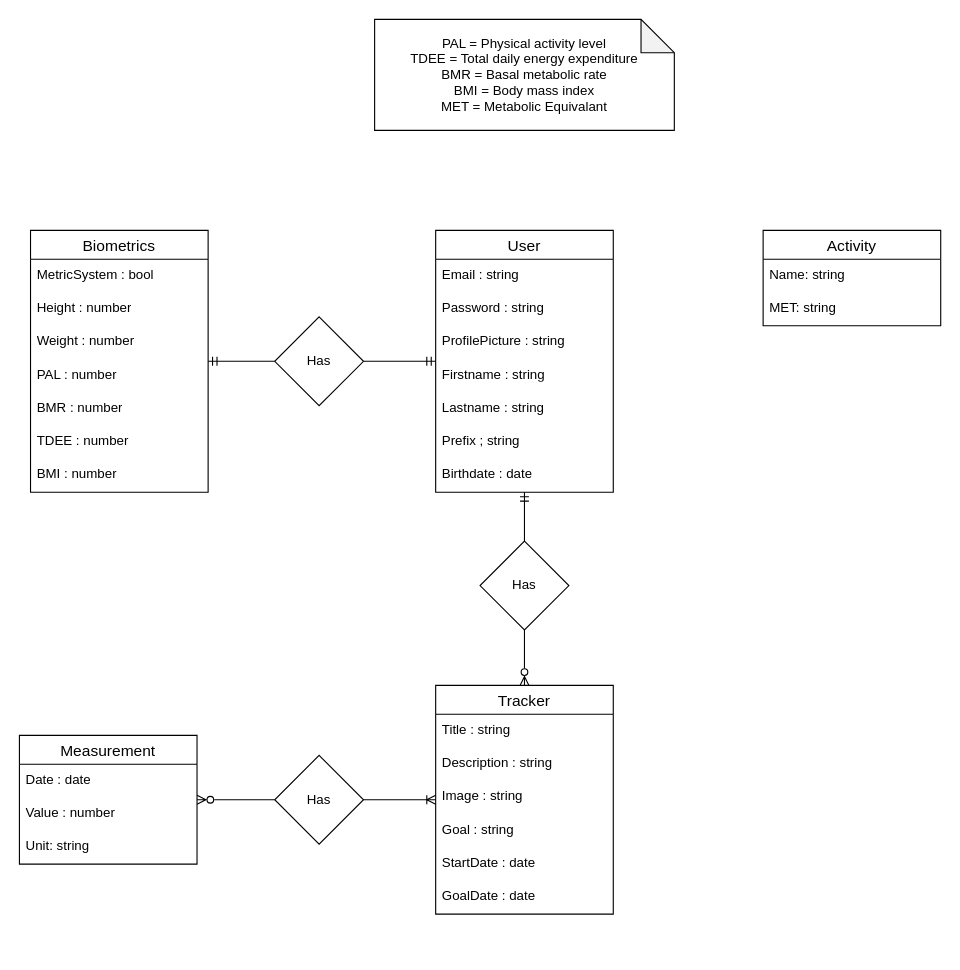
Earlier version of the draw.io diagram diagrams/erd.drawio (QuincyvanDeursen/weight-journal-app). Source tidied: cells renumbered, new cells numbered last; positions are measured from the earlier drawing's top-left corner, leaving out a move shared by most shapes. Both pictures are drawn from the tidied source at 111%, with x=0, y=0 at pixel (19, 19).
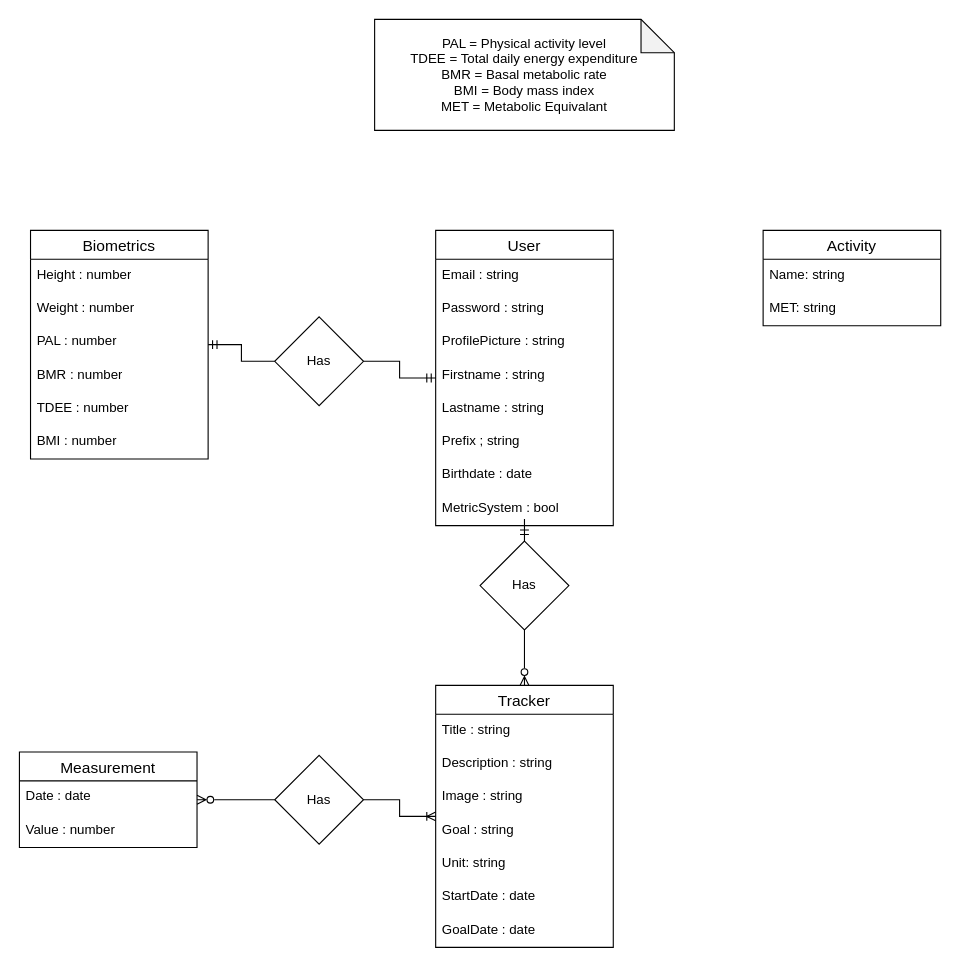
The same page after the edit.

Change to the diagram source:
```diff
@@
     <mxCell id="4" value="User" style="swimlane;fontStyle=0;horizontal=1;startSize=26;align=center;fontSize=14;" parent="1" vertex="1">
-      <mxGeometry x="375" y="190" width="160" height="236" as="geometry" />
+      <mxGeometry x="375" y="190" width="160" height="266" as="geometry" />
     </mxCell>
@@
+    <mxCell id="13" value="MetricSystem : bool" style="text;strokeColor=none;fillColor=none;spacingLeft=4;spacingRight=4;overflow=hidden;fontSize=12;whiteSpace=wrap;html=1;" parent="4" vertex="1">
+      <mxGeometry y="236" width="160" height="30" as="geometry" />
+    </mxCell>
     <mxCell id="12" value="Biometrics" style="swimlane;fontStyle=0;horizontal=1;startSize=26;align=center;fontSize=14;" parent="1" vertex="1">
-      <mxGeometry x="10" y="190" width="160" height="236" as="geometry" />
+      <mxGeometry x="10" y="190" width="160" height="206" as="geometry" />
     </mxCell>
-    <mxCell id="13" value="MetricSystem : bool" style="text;strokeColor=none;fillColor=none;spacingLeft=4;spacingRight=4;overflow=hidden;fontSize=12;whiteSpace=wrap;html=1;" parent="12" vertex="1">
-      <mxGeometry y="26" width="160" height="30" as="geometry" />
-    </mxCell>
     <mxCell id="14" value="Height : number" style="text;strokeColor=none;fillColor=none;spacingLeft=4;spacingRight=4;overflow=hidden;fontSize=12;whiteSpace=wrap;html=1;" parent="12" vertex="1">
-      <mxGeometry y="56" width="160" height="30" as="geometry" />
+      <mxGeometry y="26" width="160" height="30" as="geometry" />
     </mxCell>
     <mxCell id="15" value="Weight : number" style="text;strokeColor=none;fillColor=none;spacingLeft=4;spacingRight=4;overflow=hidden;fontSize=12;whiteSpace=wrap;html=1;" parent="12" vertex="1">
-      <mxGeometry y="86" width="160" height="30" as="geometry" />
+      <mxGeometry y="56" width="160" height="30" as="geometry" />
     </mxCell>
     <mxCell id="16" value="PAL : number" style="text;strokeColor=none;fillColor=none;spacingLeft=4;spacingRight=4;overflow=hidden;fontSize=12;whiteSpace=wrap;html=1;" parent="12" vertex="1">
-      <mxGeometry y="116" width="160" height="30" as="geometry" />
+      <mxGeometry y="86" width="160" height="30" as="geometry" />
     </mxCell>
     <mxCell id="17" value="BMR : number" style="text;strokeColor=none;fillColor=none;spacingLeft=4;spacingRight=4;overflow=hidden;fontSize=12;whiteSpace=wrap;html=1;" parent="12" vertex="1">
-      <mxGeometry y="146" width="160" height="30" as="geometry" />
+      <mxGeometry y="116" width="160" height="30" as="geometry" />
     </mxCell>
     <mxCell id="18" value="TDEE : number" style="text;strokeColor=none;fillColor=none;spacingLeft=4;spacingRight=4;overflow=hidden;fontSize=12;whiteSpace=wrap;html=1;" parent="12" vertex="1">
-      <mxGeometry y="176" width="160" height="30" as="geometry" />
+      <mxGeometry y="146" width="160" height="30" as="geometry" />
     </mxCell>
     <mxCell id="19" value="BMI : number" style="text;strokeColor=none;fillColor=none;spacingLeft=4;spacingRight=4;overflow=hidden;fontSize=12;whiteSpace=wrap;html=1;" parent="12" vertex="1">
-      <mxGeometry y="206" width="160" height="30" as="geometry" />
+      <mxGeometry y="176" width="160" height="30" as="geometry" />
     </mxCell>
@@
     <mxCell id="21" value="Tracker" style="swimlane;fontStyle=0;horizontal=1;startSize=26;align=center;fontSize=14;" parent="1" vertex="1">
-      <mxGeometry x="375" y="600" width="160" height="206" as="geometry" />
+      <mxGeometry x="375" y="600" width="160" height="236" as="geometry" />
     </mxCell>
@@
+    <mxCell id="31" value="Unit: string" style="text;strokeColor=none;fillColor=none;spacingLeft=4;spacingRight=4;overflow=hidden;fontSize=12;whiteSpace=wrap;html=1;" parent="21" vertex="1">
+      <mxGeometry y="146" width="160" height="30" as="geometry" />
+    </mxCell>
     <mxCell id="26" value="StartDate : date&lt;br&gt;" style="text;strokeColor=none;fillColor=none;spacingLeft=4;spacingRight=4;overflow=hidden;fontSize=12;whiteSpace=wrap;html=1;" parent="21" vertex="1">
-      <mxGeometry y="146" width="160" height="30" as="geometry" />
+      <mxGeometry y="176" width="160" height="30" as="geometry" />
     </mxCell>
     <mxCell id="27" value="GoalDate : date" style="text;strokeColor=none;fillColor=none;spacingLeft=4;spacingRight=4;overflow=hidden;fontSize=12;whiteSpace=wrap;html=1;" parent="21" vertex="1">
-      <mxGeometry y="176" width="160" height="30" as="geometry" />
+      <mxGeometry y="206" width="160" height="30" as="geometry" />
     </mxCell>
     <mxCell id="28" value="Measurement" style="swimlane;fontStyle=0;horizontal=1;startSize=26;align=center;fontSize=14;" parent="1" vertex="1">
-      <mxGeometry y="645" width="160" height="116" as="geometry" />
+      <mxGeometry y="660" width="160" height="86" as="geometry" />
     </mxCell>
@@
-    <mxCell id="31" value="Unit: string" style="text;strokeColor=none;fillColor=none;spacingLeft=4;spacingRight=4;overflow=hidden;fontSize=12;whiteSpace=wrap;html=1;" parent="28" vertex="1">
-      <mxGeometry y="86" width="160" height="30" as="geometry" />
-    </mxCell>
```
